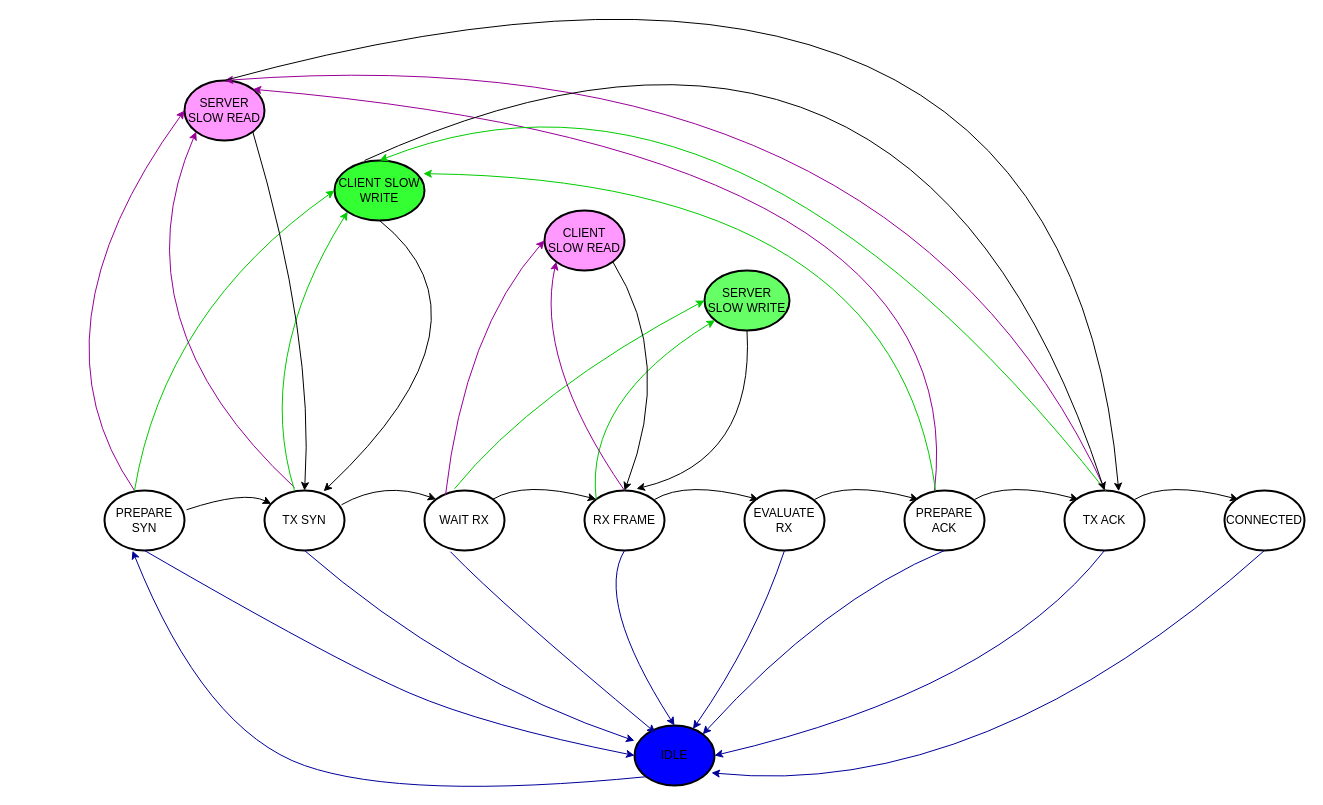
Earlier version of the draw.io diagram fsm.drawio (denvila02/tcp-client-handshake). Source tidied: cells renumbered, new cells numbered last; positions are measured from the earlier drawing's top-left corner, leaving out a move shared by most shapes. Both pictures are drawn from the tidied source at 100%, with x=0, y=0 at pixel (24, -150).
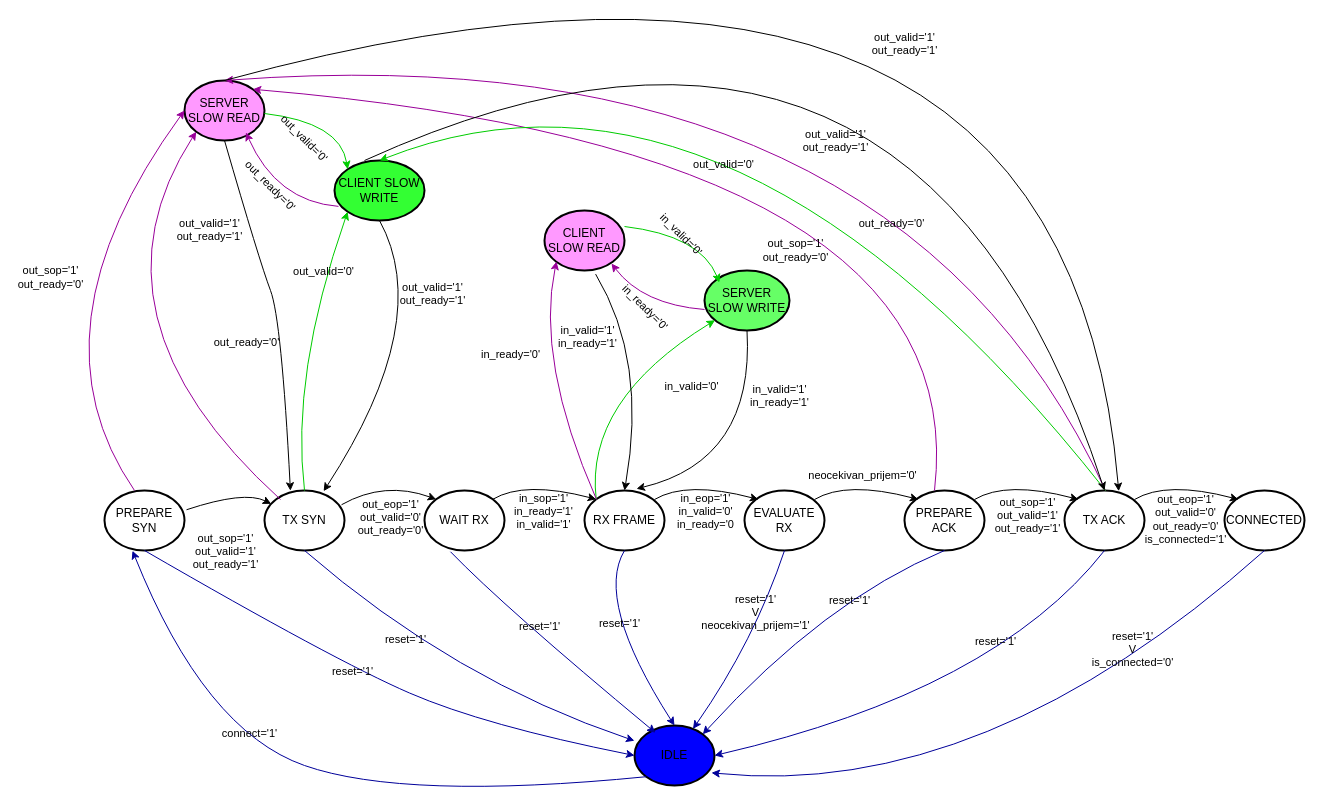
The same diagram, later.

The change refers to these unchanged cells:
```xml
<mxCell id="4" value="TX SYN" style="ellipse;whiteSpace=wrap;html=1;strokeWidth=2;" parent="1" vertex="1">
  <mxGeometry x="240" y="640" width="80" height="60" as="geometry" />
</mxCell>
<mxCell id="5" value="RX FRAME" style="ellipse;whiteSpace=wrap;html=1;strokeWidth=2;" parent="1" vertex="1">
  <mxGeometry x="560" y="640" width="80" height="60" as="geometry" />
</mxCell>
<mxCell id="6" value="WAIT RX" style="ellipse;whiteSpace=wrap;html=1;strokeWidth=2;" parent="1" vertex="1">
  <mxGeometry x="400" y="640" width="80" height="60" as="geometry" />
</mxCell>
<mxCell id="20" value="SERVER SLOW READ" style="ellipse;whiteSpace=wrap;html=1;strokeWidth=2;fillColor=#FF99FF;" parent="1" vertex="1">
  <mxGeometry x="160" y="230" width="80" height="60" as="geometry" />
</mxCell>
<mxCell id="21" value="CLIENT SLOW WRITE" style="ellipse;whiteSpace=wrap;html=1;strokeWidth=2;fillColor=#33FF33;" parent="1" vertex="1">
  <mxGeometry x="310" y="310" width="90" height="60" as="geometry" />
</mxCell>
<mxCell id="22" style="curved=1;endArrow=classic;html=1;rounded=0;exitX=1.025;exitY=0.321;exitDx=0;exitDy=0;exitPerimeter=0;" parent="1" edge="1" source="3" target="4">
  <mxGeometry relative="1" as="geometry">
    <Array as="points">
      <mxPoint x="220" y="640" />
    </Array>
  </mxGeometry>
</mxCell>
<mxCell id="25" value="CLIENT SLOW READ" style="ellipse;whiteSpace=wrap;html=1;strokeWidth=2;fillColor=#FF99FF;" parent="1" vertex="1">
  <mxGeometry x="520" y="360" width="80" height="60" as="geometry" />
</mxCell>
<mxCell id="26" value="SERVER SLOW WRITE" style="ellipse;whiteSpace=wrap;html=1;strokeWidth=2;fillColor=#66FF66;" parent="1" vertex="1">
  <mxGeometry x="680" y="420" width="85" height="60" as="geometry" />
</mxCell>
```

Change to the diagram source:
```diff
@@
+    <mxCell id="54" value="out_sop='1'&lt;div&gt;out_valid='1'&lt;/div&gt;&lt;span style=&quot;color: light-dark(rgb(0, 0, 0), rgb(255, 255, 255));&quot;&gt;out_ready='1&lt;/span&gt;'" style="edgeLabel;html=1;align=center;verticalAlign=middle;labelBackgroundColor=none;" parent="22" vertex="1">
+      <mxGeometry x="-0.21" y="4" relative="1" as="geometry">
+        <mxPoint x="6" y="56" as="offset" />
+      </mxGeometry>
+    </mxCell>
@@
-    <mxCell id="27" style="curved=1;endArrow=classic;html=1;rounded=0;entryX=0;entryY=0.5;entryDx=0;entryDy=0;exitX=0.375;exitY=-0.029;exitDx=0;exitDy=0;exitPerimeter=0;strokeColor=#00CC00;" parent="1" edge="1" source="6" target="26">
-      <mxGeometry relative="1" as="geometry">
-        <Array as="points">
-          <mxPoint x="510" y="540" />
-        </Array>
-      </mxGeometry>
-    </mxCell>
-    <mxCell id="28" style="curved=1;endArrow=classic;html=1;rounded=0;exitX=0.263;exitY=0.071;exitDx=0;exitDy=0;exitPerimeter=0;strokeColor=#990099;entryX=0;entryY=0.5;entryDx=0;entryDy=0;" parent="1" edge="1" source="6" target="25">
-      <mxGeometry relative="1" as="geometry">
-        <Array as="points">
-          <mxPoint x="440" y="480" />
-        </Array>
-      </mxGeometry>
-    </mxCell>
@@
-    <mxCell id="30" style="curved=1;endArrow=classic;html=1;rounded=0;entryX=0;entryY=1;entryDx=0;entryDy=0;exitX=0.5;exitY=0;exitDx=0;exitDy=0;strokeColor=#990099;" parent="1" edge="1" source="5" target="25">
+    <mxCell id="30" style="curved=1;endArrow=classic;html=1;rounded=0;entryX=0;entryY=1;entryDx=0;entryDy=0;exitX=0.044;exitY=0.765;exitDx=0;exitDy=0;strokeColor=#990099;exitPerimeter=0;" parent="1" edge="1" source="21">
       <mxGeometry relative="1" as="geometry">
+        <mxPoint x="221.4" y="281.9" as="targetPoint" />
         <Array as="points">
-          <mxPoint x="510" y="510" />
+          <mxPoint x="252" y="351" />
         </Array>
       </mxGeometry>
     </mxCell>
-    <mxCell id="31" style="curved=1;endArrow=classic;html=1;rounded=0;exitX=1;exitY=1;exitDx=0;exitDy=0;entryX=0.5;entryY=0;entryDx=0;entryDy=0;" parent="1" edge="1" source="25" target="5">
+    <mxCell id="31" style="curved=1;endArrow=classic;html=1;rounded=0;exitX=0.639;exitY=1.06;exitDx=0;exitDy=0;entryX=0.5;entryY=0;entryDx=0;entryDy=0;exitPerimeter=0;" parent="1" edge="1" source="25" target="5">
       <mxGeometry relative="1" as="geometry">
         <Array as="points">
-          <mxPoint x="650" y="510" />
+          <mxPoint x="623" y="510" />
         </Array>
       </mxGeometry>
     </mxCell>
@@
-    <mxCell id="39" style="curved=1;endArrow=classic;html=1;rounded=0;entryX=0;entryY=0.5;entryDx=0;entryDy=0;exitX=0.375;exitY=-0.029;exitDx=0;exitDy=0;exitPerimeter=0;strokeColor=#00CC00;" parent="1" edge="1" target="21">
-      <mxGeometry relative="1" as="geometry">
-        <mxPoint x="110" y="640" as="sourcePoint" />
-        <Array as="points">
-          <mxPoint x="140" y="460" />
-        </Array>
-      </mxGeometry>
-    </mxCell>
-    <mxCell id="40" style="curved=1;endArrow=classic;html=1;rounded=0;exitX=0.263;exitY=0.071;exitDx=0;exitDy=0;exitPerimeter=0;strokeColor=#990099;entryX=0;entryY=1;entryDx=0;entryDy=0;" parent="1" edge="1" target="20">
+    <mxCell id="40" style="curved=1;endArrow=classic;html=1;rounded=0;strokeColor=#990099;entryX=0;entryY=1;entryDx=0;entryDy=0;exitX=0.2;exitY=0.15;exitDx=0;exitDy=0;exitPerimeter=0;" parent="1" edge="1" source="4" target="20">
       <mxGeometry relative="1" as="geometry">
-        <mxPoint x="270" y="637" as="sourcePoint" />
         <Array as="points">
-          <mxPoint x="90" y="470" />
+          <mxPoint x="53" y="465" />
         </Array>
       </mxGeometry>
     </mxCell>
-    <mxCell id="41" style="curved=1;endArrow=classic;html=1;rounded=0;entryX=0;entryY=1;entryDx=0;entryDy=0;exitX=0.375;exitY=-0.029;exitDx=0;exitDy=0;exitPerimeter=0;strokeColor=#00CC00;" parent="1" edge="1" target="21">
+    <mxCell id="41" style="curved=1;endArrow=classic;html=1;rounded=0;entryX=0;entryY=1;entryDx=0;entryDy=0;exitX=0.5;exitY=0;exitDx=0;exitDy=0;strokeColor=#00CC00;" parent="1" edge="1" source="4" target="21">
       <mxGeometry relative="1" as="geometry">
-        <mxPoint x="270" y="640" as="sourcePoint" />
         <Array as="points">
-          <mxPoint x="230" y="510" />
+          <mxPoint x="266" y="525" />
         </Array>
       </mxGeometry>
     </mxCell>
     <mxCell id="42" style="curved=1;endArrow=classic;html=1;rounded=0;exitX=0.5;exitY=1;exitDx=0;exitDy=0;entryX=0.739;entryY=0.012;entryDx=0;entryDy=0;entryPerimeter=0;" parent="1" edge="1" source="21" target="4">
       <mxGeometry relative="1" as="geometry">
         <Array as="points">
-          <mxPoint x="480" y="470" />
+          <mxPoint x="410" y="470" />
         </Array>
       </mxGeometry>
     </mxCell>
@@
-    <mxCell id="44" style="curved=1;endArrow=classic;html=1;rounded=0;exitX=1;exitY=1;exitDx=0;exitDy=0;entryX=0.5;entryY=0;entryDx=0;entryDy=0;" parent="1" edge="1" source="20" target="4">
+    <mxCell id="44" style="curved=1;endArrow=classic;html=1;rounded=0;exitX=0.5;exitY=1;exitDx=0;exitDy=0;entryX=0.324;entryY=0.004;entryDx=0;entryDy=0;entryPerimeter=0;" parent="1" edge="1" source="20" target="4">
       <mxGeometry relative="1" as="geometry">
         <Array as="points">
-          <mxPoint x="290" y="490" />
+          <mxPoint x="235" y="411" />
+          <mxPoint x="257" y="469" />
         </Array>
       </mxGeometry>
     </mxCell>
@@
-    <mxCell id="48" style="curved=1;endArrow=classic;html=1;rounded=0;exitX=0.263;exitY=0.071;exitDx=0;exitDy=0;exitPerimeter=0;strokeColor=#00CC00;entryX=0.987;entryY=0.219;entryDx=0;entryDy=0;entryPerimeter=0;" parent="1" edge="1" target="21">
-      <mxGeometry relative="1" as="geometry">
-        <mxPoint x="911" y="640" as="sourcePoint" />
-        <Array as="points">
-          <mxPoint x="870" y="330" />
-        </Array>
-      </mxGeometry>
-    </mxCell>
@@
+    <mxCell id="55" value="out_sop='1'&lt;br&gt;&lt;span style=&quot;color: light-dark(rgb(0, 0, 0), rgb(255, 255, 255));&quot;&gt;out_ready='0&lt;/span&gt;'" style="edgeLabel;html=1;align=center;verticalAlign=middle;labelBackgroundColor=none;" parent="1" vertex="1">
+      <mxGeometry x="61" y="570" as="geometry">
+        <mxPoint x="-36" y="-144" as="offset" />
+      </mxGeometry>
+    </mxCell>
+    <mxCell id="56" value="&lt;br&gt;&lt;span style=&quot;color: light-dark(rgb(0, 0, 0), rgb(255, 255, 255));&quot;&gt;out_ready='0&lt;/span&gt;'" style="edgeLabel;html=1;align=center;verticalAlign=middle;labelBackgroundColor=none;" parent="1" vertex="1">
+      <mxGeometry x="895" y="376" as="geometry">
+        <mxPoint x="-29" y="-11" as="offset" />
+      </mxGeometry>
+    </mxCell>
+    <mxCell id="57" value="&lt;br&gt;&lt;div&gt;out_valid='1'&lt;/div&gt;&lt;span style=&quot;color: light-dark(rgb(0, 0, 0), rgb(255, 255, 255));&quot;&gt;out_ready='1'&lt;/span&gt;" style="edgeLabel;html=1;align=center;verticalAlign=middle;labelBackgroundColor=none;" parent="1" vertex="1">
+      <mxGeometry x="179" y="360" as="geometry">
+        <mxPoint x="5" y="12" as="offset" />
+      </mxGeometry>
+    </mxCell>
+    <mxCell id="58" value="&lt;br&gt;&lt;div&gt;out_valid='1'&lt;/div&gt;&lt;span style=&quot;color: light-dark(rgb(0, 0, 0), rgb(255, 255, 255));&quot;&gt;out_ready='1'&lt;/span&gt;" style="edgeLabel;html=1;align=center;verticalAlign=middle;labelBackgroundColor=none;" parent="1" vertex="1">
+      <mxGeometry x="964" y="287" as="geometry">
+        <mxPoint x="-154" y="-4" as="offset" />
+      </mxGeometry>
+    </mxCell>
+    <mxCell id="59" value="&lt;br&gt;&lt;div&gt;&lt;br&gt;&lt;/div&gt;&lt;span style=&quot;color: light-dark(rgb(0, 0, 0), rgb(255, 255, 255));&quot;&gt;in_ready='0&lt;/span&gt;'" style="edgeLabel;html=1;align=center;verticalAlign=middle;labelBackgroundColor=none;" parent="1" vertex="1">
+      <mxGeometry x="335" y="325" as="geometry">
+        <mxPoint x="150" y="165" as="offset" />
+      </mxGeometry>
+    </mxCell>
+    <mxCell id="60" value="&lt;br&gt;&lt;div&gt;in_valid='0'&lt;/div&gt;" style="edgeLabel;html=1;align=center;verticalAlign=middle;labelBackgroundColor=none;" parent="1" vertex="1">
+      <mxGeometry x="516" y="363" as="geometry">
+        <mxPoint x="150" y="165" as="offset" />
+      </mxGeometry>
+    </mxCell>
+    <mxCell id="61" value="&lt;br&gt;&lt;span style=&quot;color: light-dark(rgb(0, 0, 0), rgb(255, 255, 255));&quot;&gt;out_valid='0&lt;/span&gt;'" style="edgeLabel;html=1;align=center;verticalAlign=middle;labelBackgroundColor=none;" parent="1" vertex="1">
+      <mxGeometry x="330" y="424" as="geometry">
+        <mxPoint x="-32" y="-11" as="offset" />
+      </mxGeometry>
+    </mxCell>
+    <mxCell id="62" value="&lt;br&gt;&lt;div&gt;out_valid='1'&lt;/div&gt;&lt;span style=&quot;color: light-dark(rgb(0, 0, 0), rgb(255, 255, 255));&quot;&gt;out_ready='1'&lt;/span&gt;" style="edgeLabel;html=1;align=center;verticalAlign=middle;labelBackgroundColor=none;" parent="1" vertex="1">
+      <mxGeometry x="402" y="424" as="geometry">
+        <mxPoint x="5" y="12" as="offset" />
+      </mxGeometry>
+    </mxCell>
+    <mxCell id="63" value="&lt;br&gt;&lt;div&gt;in_valid='1'&lt;/div&gt;&lt;span style=&quot;color: light-dark(rgb(0, 0, 0), rgb(255, 255, 255));&quot;&gt;in_ready='1'&lt;/span&gt;" style="edgeLabel;html=1;align=center;verticalAlign=middle;labelBackgroundColor=none;" parent="1" vertex="1">
+      <mxGeometry x="557" y="467" as="geometry">
+        <mxPoint x="5" y="12" as="offset" />
+      </mxGeometry>
+    </mxCell>
+    <mxCell id="64" value="&lt;br&gt;&lt;div&gt;in_valid='1'&lt;/div&gt;&lt;span style=&quot;color: light-dark(rgb(0, 0, 0), rgb(255, 255, 255));&quot;&gt;in_ready='1'&lt;/span&gt;" style="edgeLabel;html=1;align=center;verticalAlign=middle;labelBackgroundColor=none;" parent="1" vertex="1">
+      <mxGeometry x="749" y="526" as="geometry">
+        <mxPoint x="5" y="12" as="offset" />
+      </mxGeometry>
+    </mxCell>
+    <mxCell id="65" style="curved=1;endArrow=classic;html=1;rounded=0;exitX=0.5;exitY=1;exitDx=0;exitDy=0;entryX=0;entryY=0;entryDx=0;entryDy=0;strokeColor=#00CC00;" parent="1" edge="1" target="21">
+      <mxGeometry relative="1" as="geometry">
+        <mxPoint x="240" y="263" as="sourcePoint" />
+        <Array as="points">
+          <mxPoint x="316" y="272" />
+        </Array>
+      </mxGeometry>
+    </mxCell>
+    <mxCell id="66" style="edgeLabel;html=1;align=center;verticalAlign=middle;" parent="65" vertex="1">
+      <mxGeometry x="-0.87" y="-5" relative="1" as="geometry">
+        <mxPoint y="-1" as="offset" />
+      </mxGeometry>
+    </mxCell>
+    <mxCell id="67" style="curved=1;endArrow=classic;html=1;rounded=0;entryX=0;entryY=1;entryDx=0;entryDy=0;exitX=0;exitY=0;exitDx=0;exitDy=0;strokeColor=#990099;" parent="1" edge="1">
+      <mxGeometry relative="1" as="geometry">
+        <mxPoint x="572" y="649" as="sourcePoint" />
+        <mxPoint x="532" y="411" as="targetPoint" />
+        <Array as="points">
+          <mxPoint x="511" y="510" />
+        </Array>
+      </mxGeometry>
+    </mxCell>
+    <mxCell id="68" value="&lt;div&gt;&lt;br&gt;&lt;/div&gt;&lt;span style=&quot;color: light-dark(rgb(0, 0, 0), rgb(255, 255, 255));&quot;&gt;in_ready='0'&lt;/span&gt;" style="edgeLabel;html=1;align=center;verticalAlign=middle;rotation=45;labelBackgroundColor=none;" parent="1" vertex="1">
+      <mxGeometry x="632" y="439" as="geometry">
+        <mxPoint x="4.3" y="12.7" as="offset" />
+      </mxGeometry>
+    </mxCell>
+    <mxCell id="69" value="&lt;br&gt;&lt;div&gt;out_valid='0'&lt;/div&gt;" style="edgeLabel;html=1;align=center;verticalAlign=middle;rotation=45;labelBackgroundColor=none;" parent="1" vertex="1">
+      <mxGeometry x="291" y="270" as="geometry">
+        <mxPoint x="4.3" y="12.7" as="offset" />
+      </mxGeometry>
+    </mxCell>
+    <mxCell id="70" style="curved=1;endArrow=classic;html=1;rounded=0;exitX=0.5;exitY=1;exitDx=0;exitDy=0;entryX=0.176;entryY=0.2;entryDx=0;entryDy=0;strokeColor=#00CC00;entryPerimeter=0;" parent="1" edge="1" target="26">
+      <mxGeometry relative="1" as="geometry">
+        <mxPoint x="600" y="376" as="sourcePoint" />
+        <Array as="points">
+          <mxPoint x="676" y="385" />
+        </Array>
+      </mxGeometry>
+    </mxCell>
+    <mxCell id="71" style="edgeLabel;html=1;align=center;verticalAlign=middle;" parent="70" vertex="1">
+      <mxGeometry x="-0.87" y="-5" relative="1" as="geometry">
+        <mxPoint y="-1" as="offset" />
+      </mxGeometry>
+    </mxCell>
+    <mxCell id="72" style="curved=1;endArrow=classic;html=1;rounded=0;exitX=0.044;exitY=0.765;exitDx=0;exitDy=0;strokeColor=#990099;exitPerimeter=0;" parent="1" edge="1">
+      <mxGeometry relative="1" as="geometry">
+        <mxPoint x="680" y="459" as="sourcePoint" />
+        <mxPoint x="587" y="413" as="targetPoint" />
+        <Array as="points">
+          <mxPoint x="618" y="454" />
+        </Array>
+      </mxGeometry>
+    </mxCell>
+    <mxCell id="73" value="&lt;br&gt;&lt;div&gt;in_valid='0'&lt;/div&gt;" style="edgeLabel;html=1;align=center;verticalAlign=middle;rotation=45;labelBackgroundColor=none;" parent="1" vertex="1">
+      <mxGeometry x="668" y="366" as="geometry">
+        <mxPoint x="4.3" y="12.7" as="offset" />
+      </mxGeometry>
+    </mxCell>
+    <mxCell id="74" value="&lt;br&gt;&lt;div&gt;out_ready='0'&lt;/div&gt;" style="edgeLabel;html=1;align=center;verticalAlign=middle;rotation=45;labelBackgroundColor=none;" parent="1" vertex="1">
+      <mxGeometry x="256.7" y="317.3" as="geometry">
+        <mxPoint x="4.3" y="12.7" as="offset" />
+      </mxGeometry>
+    </mxCell>
+    <mxCell id="75" value="&lt;br&gt;&lt;div&gt;out_valid='1'&lt;/div&gt;&lt;span style=&quot;color: light-dark(rgb(0, 0, 0), rgb(255, 255, 255));&quot;&gt;out_ready='1'&lt;/span&gt;" style="edgeLabel;html=1;align=center;verticalAlign=middle;labelBackgroundColor=none;" parent="1" vertex="1">
+      <mxGeometry x="874" y="174" as="geometry">
+        <mxPoint x="5" y="12" as="offset" />
+      </mxGeometry>
+    </mxCell>
+    <mxCell id="76" value="out_sop='1'&lt;br&gt;&lt;span style=&quot;color: light-dark(rgb(0, 0, 0), rgb(255, 255, 255));&quot;&gt;out_ready='0&lt;/span&gt;'" style="edgeLabel;html=1;align=center;verticalAlign=middle;labelBackgroundColor=none;" parent="1" vertex="1">
+      <mxGeometry x="806" y="543" as="geometry">
+        <mxPoint x="-36" y="-144" as="offset" />
+      </mxGeometry>
+    </mxCell>
+    <mxCell id="77" value="&lt;br&gt;&lt;span style=&quot;color: light-dark(rgb(0, 0, 0), rgb(255, 255, 255));&quot;&gt;out_ready='0&lt;/span&gt;'" style="edgeLabel;html=1;align=center;verticalAlign=middle;labelBackgroundColor=none;" parent="1" vertex="1">
+      <mxGeometry x="253" y="495" as="geometry">
+        <mxPoint x="-32" y="-11" as="offset" />
+      </mxGeometry>
+    </mxCell>
+    <mxCell id="78" value="&lt;br&gt;&lt;span style=&quot;color: light-dark(rgb(0, 0, 0), rgb(255, 255, 255));&quot;&gt;out_valid='0&lt;/span&gt;'" style="edgeLabel;html=1;align=center;verticalAlign=middle;labelBackgroundColor=none;" parent="1" vertex="1">
+      <mxGeometry x="730" y="317.3" as="geometry">
+        <mxPoint x="-32" y="-11" as="offset" />
+      </mxGeometry>
+    </mxCell>
+    <mxCell id="79" value="connect='1'" style="edgeLabel;html=1;align=center;verticalAlign=middle;labelBackgroundColor=none;" parent="1" vertex="1">
+      <mxGeometry x="256.7" y="893" as="geometry">
+        <mxPoint x="-32" y="-11" as="offset" />
+      </mxGeometry>
+    </mxCell>
+    <mxCell id="80" value="reset='1'" style="edgeLabel;html=1;align=center;verticalAlign=middle;labelBackgroundColor=none;" parent="1" vertex="1">
+      <mxGeometry x="359" y="831" as="geometry">
+        <mxPoint x="-32" y="-11" as="offset" />
+      </mxGeometry>
+    </mxCell>
+    <mxCell id="81" value="reset='1'" style="edgeLabel;html=1;align=center;verticalAlign=middle;labelBackgroundColor=none;" parent="1" vertex="1">
+      <mxGeometry x="412" y="799" as="geometry">
+        <mxPoint x="-32" y="-11" as="offset" />
+      </mxGeometry>
+    </mxCell>
+    <mxCell id="82" value="reset='1'" style="edgeLabel;html=1;align=center;verticalAlign=middle;labelBackgroundColor=none;" parent="1" vertex="1">
+      <mxGeometry x="546" y="786" as="geometry">
+        <mxPoint x="-32" y="-11" as="offset" />
+      </mxGeometry>
+    </mxCell>
+    <mxCell id="83" value="reset='1'" style="edgeLabel;html=1;align=center;verticalAlign=middle;labelBackgroundColor=none;" parent="1" vertex="1">
+      <mxGeometry x="626" y="783" as="geometry">
+        <mxPoint x="-32" y="-11" as="offset" />
+      </mxGeometry>
+    </mxCell>
+    <mxCell id="84" value="reset='1'&lt;div&gt;V&lt;/div&gt;&lt;div&gt;neocekivan_prijem='1'&lt;/div&gt;" style="edgeLabel;html=1;align=center;verticalAlign=middle;labelBackgroundColor=none;" parent="1" vertex="1">
+      <mxGeometry x="762" y="772" as="geometry">
+        <mxPoint x="-32" y="-11" as="offset" />
+      </mxGeometry>
+    </mxCell>
+    <mxCell id="85" value="reset='1'" style="edgeLabel;html=1;align=center;verticalAlign=middle;labelBackgroundColor=none;" parent="1" vertex="1">
+      <mxGeometry x="856" y="760" as="geometry">
+        <mxPoint x="-32" y="-11" as="offset" />
+      </mxGeometry>
+    </mxCell>
+    <mxCell id="86" value="reset='1'" style="edgeLabel;html=1;align=center;verticalAlign=middle;labelBackgroundColor=none;" parent="1" vertex="1">
+      <mxGeometry x="1002" y="801" as="geometry">
+        <mxPoint x="-32" y="-11" as="offset" />
+      </mxGeometry>
+    </mxCell>
+    <mxCell id="87" value="reset='1'&lt;div&gt;V&lt;/div&gt;&lt;div&gt;is_connected='0'&lt;/div&gt;" style="edgeLabel;html=1;align=center;verticalAlign=middle;labelBackgroundColor=none;" parent="1" vertex="1">
+      <mxGeometry x="1139" y="809" as="geometry">
+        <mxPoint x="-32" y="-11" as="offset" />
+      </mxGeometry>
+    </mxCell>
+    <mxCell id="88" value="out_eop='1'&lt;div&gt;out_valid='0'&lt;/div&gt;&lt;span style=&quot;color: light-dark(rgb(0, 0, 0), rgb(255, 255, 255));&quot;&gt;out_ready='0&lt;/span&gt;'" style="edgeLabel;html=1;align=center;verticalAlign=middle;labelBackgroundColor=none;" parent="1" vertex="1">
+      <mxGeometry x="385" y="670" as="geometry">
+        <mxPoint x="-20" y="-4" as="offset" />
+      </mxGeometry>
+    </mxCell>
+    <mxCell id="89" value="&lt;div&gt;in_sop='1'&lt;/div&gt;in_ready='1'&lt;br&gt;&lt;div&gt;in_valid='1'&lt;/div&gt;" style="edgeLabel;html=1;align=center;verticalAlign=middle;labelBackgroundColor=none;" parent="1" vertex="1">
+      <mxGeometry x="550" y="654" as="geometry">
+        <mxPoint x="-32" y="6" as="offset" />
+      </mxGeometry>
+    </mxCell>
+    <mxCell id="90" value="in_eop='1'&lt;div&gt;&lt;div&gt;in_valid='0'&lt;/div&gt;&lt;span style=&quot;color: light-dark(rgb(0, 0, 0), rgb(255, 255, 255));&quot;&gt;in_ready='0&lt;/span&gt;&lt;/div&gt;" style="edgeLabel;html=1;align=center;verticalAlign=middle;labelBackgroundColor=none;" parent="1" vertex="1">
+      <mxGeometry x="712" y="654" as="geometry">
+        <mxPoint x="-32" y="6" as="offset" />
+      </mxGeometry>
+    </mxCell>
+    <mxCell id="91" value="&lt;div&gt;neocekivan_prijem='0'&lt;/div&gt;" style="edgeLabel;html=1;align=center;verticalAlign=middle;labelBackgroundColor=none;" parent="1" vertex="1">
+      <mxGeometry x="880" y="636" as="geometry">
+        <mxPoint x="-43" y="-12" as="offset" />
+      </mxGeometry>
+    </mxCell>
+    <mxCell id="92" value="out_sop='1'&lt;div&gt;out_valid='1'&lt;/div&gt;&lt;span style=&quot;color: light-dark(rgb(0, 0, 0), rgb(255, 255, 255));&quot;&gt;out_ready='1&lt;/span&gt;'" style="edgeLabel;html=1;align=center;verticalAlign=middle;labelBackgroundColor=none;" parent="1" vertex="1">
+      <mxGeometry x="990" y="691" as="geometry">
+        <mxPoint x="12" y="-27" as="offset" />
+      </mxGeometry>
+    </mxCell>
+    <mxCell id="93" value="out_eop='1'&lt;div&gt;out_valid='0'&lt;/div&gt;&lt;span style=&quot;color: light-dark(rgb(0, 0, 0), rgb(255, 255, 255));&quot;&gt;out_ready='0&lt;/span&gt;'&lt;div&gt;is_connected='1'&lt;/div&gt;" style="edgeLabel;html=1;align=center;verticalAlign=middle;labelBackgroundColor=none;" parent="1" vertex="1">
+      <mxGeometry x="1182" y="682" as="geometry">
+        <mxPoint x="-22" y="-14" as="offset" />
+      </mxGeometry>
+    </mxCell>
```
